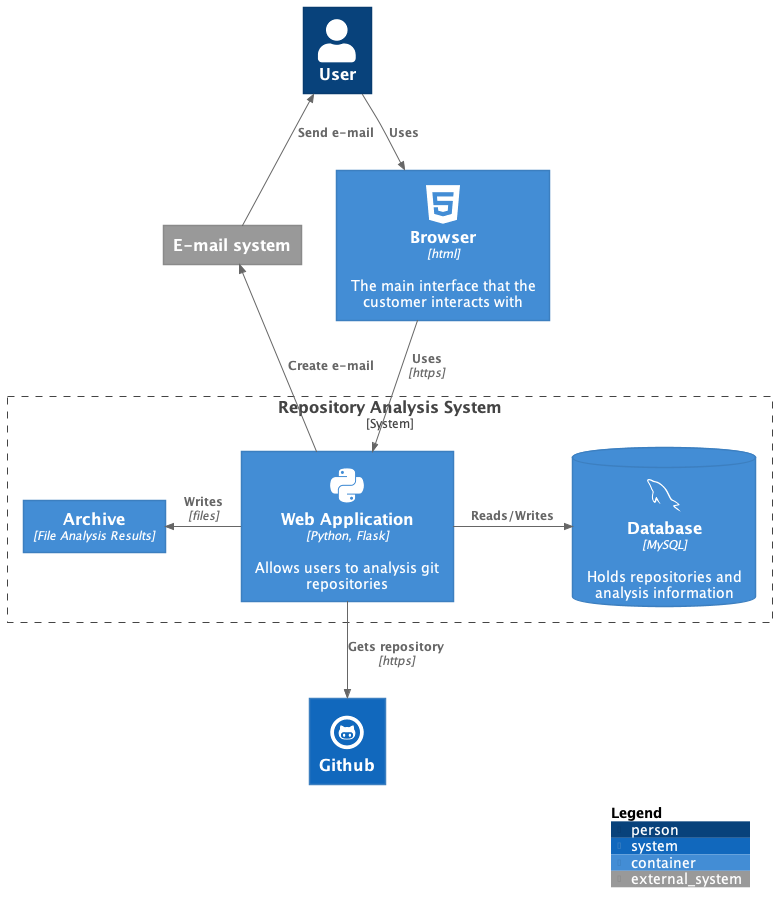
The PlantUML diagram docs/diagrams/out/architecture-c4/Repository Analysis Architecture.png in myplayareas/sysrepository, before a commit. The source it was exported from:
```plantuml
@startuml Repository Analysis Architecture
!include https://raw.githubusercontent.com/plantuml-stdlib/C4-PlantUML/master/C4_Container.puml

!define DEVICONS https://raw.githubusercontent.com/tupadr3/plantuml-icon-font-sprites/master/devicons
!define FONTAWESOME https://raw.githubusercontent.com/tupadr3/plantuml-icon-font-sprites/master/font-awesome-5
!include DEVICONS/html5.puml
!include DEVICONS/python.puml
!include DEVICONS/mysql.puml
!include DEVICONS/github.puml
!include FONTAWESOME/users.puml

Person(user, "User")
Container(web_client, "Browser", "html", "The main interface that the customer interacts with", $sprite="html5")

System_Boundary(c1, "Repository Analysis System") {
    Container(web_app, "Web Application", "Python, Flask", "Allows users to analysis git repositories", $sprite="python")
    ContainerDb(db, "Database", "MySQL", "Holds repositories and analysis information", $sprite="mysql")
    Container(archive, "Archive", "File Analysis Results")
}
System_Ext(mail_system, "E-mail system")
System(github, "Github", $sprite="github")

Rel_Down(user, web_client, "Uses")
Rel_Down(web_client, web_app, "Uses", "https")
Rel_R(web_app,db, "Reads/Writes")
Rel_Down(web_app, github, "Gets repository", "https")
Rel_L(web_app, archive, "Writes", "files")
Rel_L(web_app, mail_system, "Create e-mail")
Rel_Up(mail_system, user, "Send e-mail")

SHOW_LEGEND()

@enduml
```
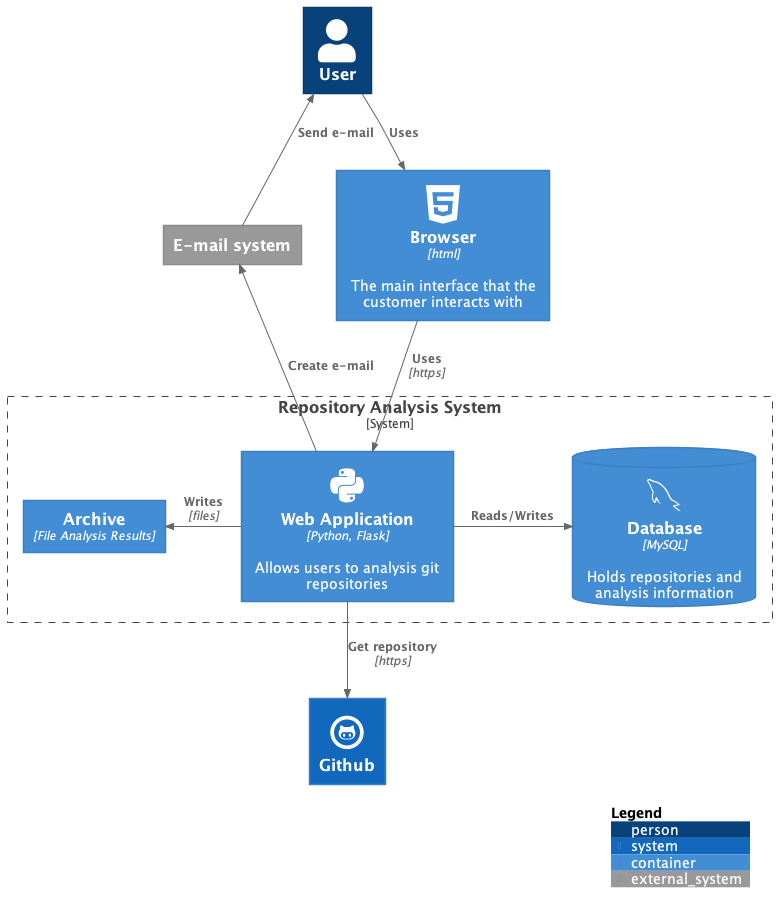
After the commit.

Commit message:
Update architecture diagram picture.

Change to the diagram source:
```diff
@@ -23,7 +23,7 @@
 Rel_Down(user, web_client, "Uses")
 Rel_Down(web_client, web_app, "Uses", "https")
 Rel_R(web_app,db, "Reads/Writes")
-Rel_Down(web_app, github, "Gets repository", "https")
+Rel_Down(web_app, github, "Get repository", "https")
 Rel_L(web_app, archive, "Writes", "files")
 Rel_L(web_app, mail_system, "Create e-mail")
 Rel_Up(mail_system, user, "Send e-mail")
```
